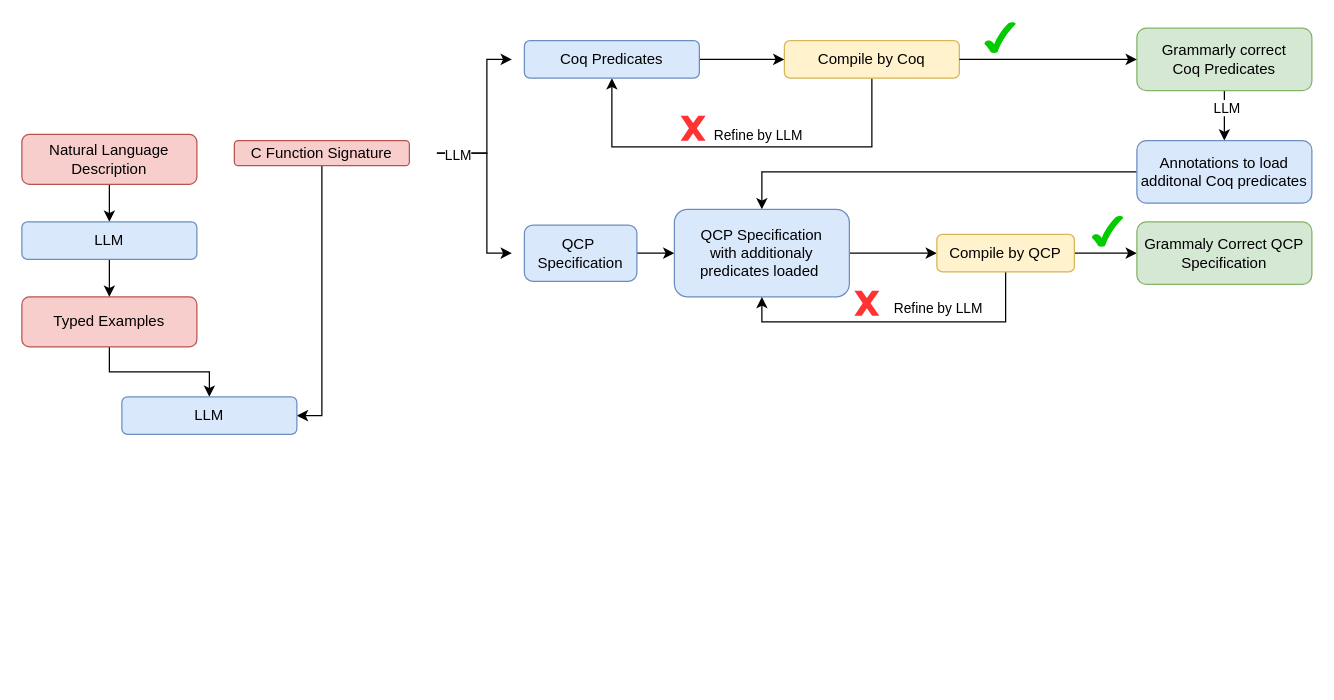
This is llm-spec-refute.drawio from Zhang-Liao/draw-io, a draw.io file, before an edit. Source tidied: cells renumbered, new cells numbered last; positions are measured from the earlier drawing's top-left corner, leaving out a move shared by most shapes. Both pictures are drawn from the tidied source at 125%, with x=0, y=0 at pixel (21, 21).
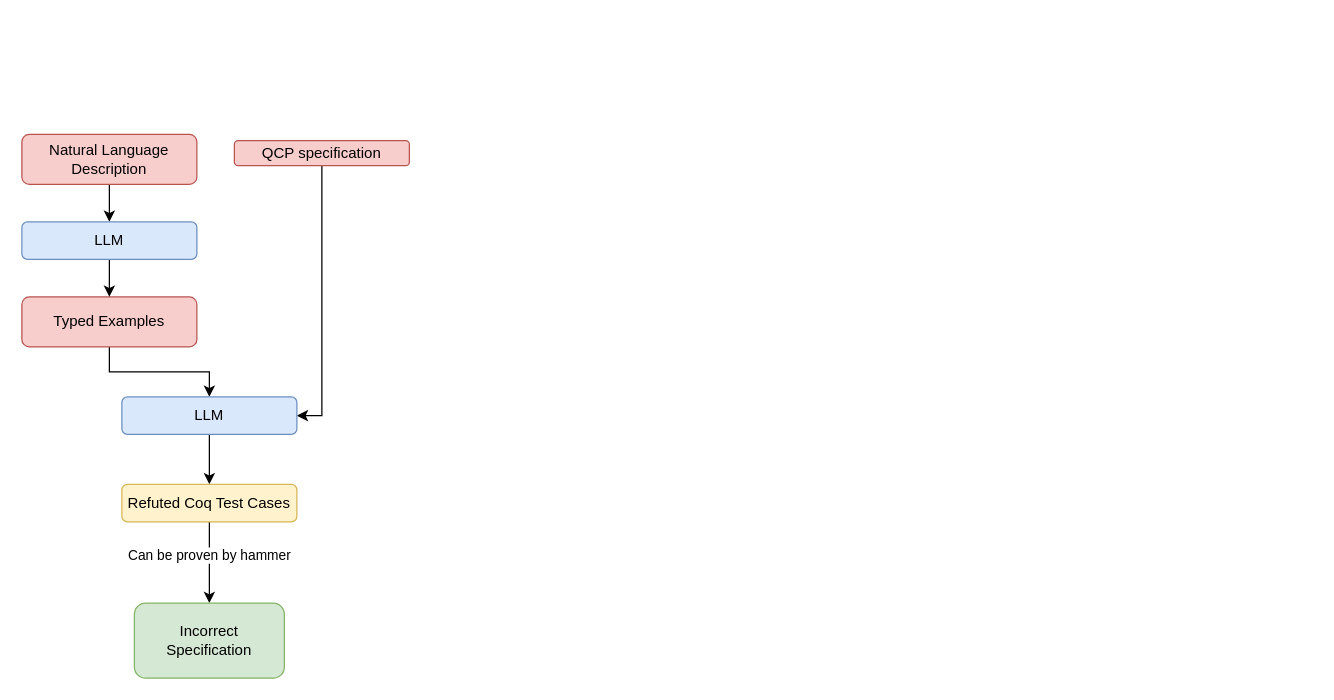
The same diagram, later.

The change refers to these unchanged cells:
```xml
<mxCell id="37" value="LLM" style="rounded=1;whiteSpace=wrap;html=1;fillColor=#dae8fc;strokeColor=#6c8ebf;" parent="1" vertex="1">
  <mxGeometry x="80" y="300" width="140" height="30" as="geometry" />
</mxCell>
```

The edit, as a diff of the source:
```diff
@@
-    <mxCell id="2" style="edgeStyle=orthogonalEdgeStyle;rounded=0;jettySize=auto;html=1;entryX=0.5;entryY=1;entryDx=0;entryDy=0;" parent="1" edge="1" source="4" target="6">
-      <mxGeometry relative="1" as="geometry">
-        <Array as="points">
-          <mxPoint x="680" y="100" />
-          <mxPoint x="472" y="100" />
-        </Array>
-      </mxGeometry>
-    </mxCell>
-    <mxCell id="3" value="Refine by LLM" style="edgeLabel;html=1;align=center;verticalAlign=middle;" parent="2" vertex="1">
-      <mxGeometry x="0.08" relative="1" as="geometry">
-        <mxPoint x="25" y="-10" as="offset" />
-      </mxGeometry>
-    </mxCell>
-    <mxCell id="4" value="Compile&amp;nbsp;&lt;span style=&quot;background-color: transparent; color: light-dark(rgb(0, 0, 0), rgb(255, 255, 255));&quot;&gt;by Coq&lt;/span&gt;" style="rounded=1;whiteSpace=wrap;html=1;fillColor=#fff2cc;strokeColor=#d6b656;" parent="1" vertex="1">
-      <mxGeometry x="610" y="15" width="140" height="30" as="geometry" />
-    </mxCell>
-    <mxCell id="5" style="edgeStyle=orthogonalEdgeStyle;rounded=0;jettySize=auto;html=1;entryX=0;entryY=0.5;entryDx=0;entryDy=0;" parent="1" edge="1" source="6" target="4">
-      <mxGeometry relative="1" as="geometry" />
-    </mxCell>
-    <mxCell id="6" value="Coq Predicates" style="rounded=1;whiteSpace=wrap;html=1;fillColor=#dae8fc;strokeColor=#6c8ebf;" parent="1" vertex="1">
-      <mxGeometry x="402" y="15" width="140" height="30" as="geometry" />
-    </mxCell>
-    <mxCell id="7" style="edgeStyle=orthogonalEdgeStyle;rounded=0;jettySize=auto;html=1;exitX=1;exitY=0.5;exitDx=0;exitDy=0;" parent="1" edge="1" source="8" target="15">
-      <mxGeometry relative="1" as="geometry" />
-    </mxCell>
-    <mxCell id="8" value="QCP&amp;nbsp;&lt;div&gt;Specification&lt;/div&gt;" style="rounded=1;whiteSpace=wrap;html=1;fillColor=#dae8fc;strokeColor=#6c8ebf;" parent="1" vertex="1">
-      <mxGeometry x="402" y="162.5" width="90" height="45" as="geometry" />
-    </mxCell>
-    <mxCell id="9" style="edgeStyle=orthogonalEdgeStyle;rounded=0;jettySize=auto;html=1;entryX=0.5;entryY=0;entryDx=0;entryDy=0;" parent="1" edge="1" source="11" target="13">
-      <mxGeometry relative="1" as="geometry" />
-    </mxCell>
-    <mxCell id="10" value="LLM" style="edgeLabel;html=1;align=center;verticalAlign=middle;" parent="9" vertex="1">
-      <mxGeometry x="-0.28" y="1" relative="1" as="geometry">
-        <mxPoint y="-1" as="offset" />
-      </mxGeometry>
-    </mxCell>
-    <mxCell id="11" value="&lt;div&gt;Grammarly correct&lt;/div&gt;Coq Predicates" style="rounded=1;whiteSpace=wrap;html=1;fillColor=#d5e8d4;strokeColor=#82b366;" parent="1" vertex="1">
-      <mxGeometry x="892" y="5" width="140" height="50" as="geometry" />
-    </mxCell>
-    <mxCell id="12" style="edgeStyle=orthogonalEdgeStyle;rounded=0;jettySize=auto;html=1;entryX=0.5;entryY=0;entryDx=0;entryDy=0;" parent="1" edge="1" source="13" target="15">
-      <mxGeometry relative="1" as="geometry" />
-    </mxCell>
-    <mxCell id="13" value="Annotations to load additonal Coq predicates" style="rounded=1;whiteSpace=wrap;html=1;fillColor=#dae8fc;strokeColor=#6c8ebf;" parent="1" vertex="1">
-      <mxGeometry x="892" y="95" width="140" height="50" as="geometry" />
-    </mxCell>
-    <mxCell id="14" style="edgeStyle=orthogonalEdgeStyle;rounded=0;jettySize=auto;html=1;" parent="1" edge="1" source="15" target="19">
-      <mxGeometry relative="1" as="geometry" />
-    </mxCell>
-    <mxCell id="15" value="QCP Specification&lt;div&gt;with additionaly predicates loaded&amp;nbsp;&lt;/div&gt;" style="rounded=1;whiteSpace=wrap;html=1;fillColor=#dae8fc;strokeColor=#6c8ebf;" parent="1" vertex="1">
-      <mxGeometry x="522" y="150" width="140" height="70" as="geometry" />
-    </mxCell>
-    <mxCell id="16" style="edgeStyle=orthogonalEdgeStyle;rounded=0;jettySize=auto;html=1;exitX=1;exitY=0.5;exitDx=0;exitDy=0;entryX=0;entryY=0.5;entryDx=0;entryDy=0;" parent="1" edge="1" source="19" target="20">
-      <mxGeometry relative="1" as="geometry" />
-    </mxCell>
-    <mxCell id="17" style="edgeStyle=orthogonalEdgeStyle;rounded=0;jettySize=auto;html=1;exitX=0.5;exitY=1;exitDx=0;exitDy=0;entryX=0.5;entryY=1;entryDx=0;entryDy=0;" parent="1" edge="1" source="19" target="15">
-      <mxGeometry relative="1" as="geometry" />
-    </mxCell>
-    <mxCell id="18" value="Refine by LLM" style="edgeLabel;html=1;align=center;verticalAlign=middle;" parent="17" vertex="1">
-      <mxGeometry x="0.1" y="4" relative="1" as="geometry">
-        <mxPoint x="45" y="-16" as="offset" />
-      </mxGeometry>
-    </mxCell>
-    <mxCell id="19" value="Compile&amp;nbsp;&lt;span style=&quot;background-color: transparent; color: light-dark(rgb(0, 0, 0), rgb(255, 255, 255));&quot;&gt;by QCP&lt;/span&gt;" style="rounded=1;whiteSpace=wrap;html=1;fillColor=#fff2cc;strokeColor=#d6b656;" parent="1" vertex="1">
-      <mxGeometry x="732" y="170" width="110" height="30" as="geometry" />
-    </mxCell>
-    <mxCell id="20" value="Grammaly Correct QCP Specification" style="rounded=1;whiteSpace=wrap;html=1;fillColor=#d5e8d4;strokeColor=#82b366;" parent="1" vertex="1">
-      <mxGeometry x="892" y="160" width="140" height="50" as="geometry" />
-    </mxCell>
-    <mxCell id="21" style="edgeStyle=orthogonalEdgeStyle;rounded=0;jettySize=auto;html=1;exitX=1;exitY=0.5;exitDx=0;exitDy=0;entryX=0;entryY=0.5;entryDx=0;entryDy=0;" parent="1" edge="1" source="4" target="11">
-      <mxGeometry relative="1" as="geometry" />
-    </mxCell>
-    <mxCell id="22" style="verticalLabelPosition=bottom;verticalAlign=top;html=1;shape=mxgraph.basic.tick;fillColor=#00CC00;strokeColor=none;" parent="1" vertex="1">
-      <mxGeometry x="770" width="25" height="25" as="geometry" />
-    </mxCell>
-    <mxCell id="23" style="verticalLabelPosition=bottom;verticalAlign=top;html=1;shape=mxgraph.basic.x;fillColor=#FF3333;strokeColor=none;" parent="1" vertex="1">
-      <mxGeometry x="527" y="75" width="20" height="20" as="geometry" />
-    </mxCell>
-    <mxCell id="24" style="verticalLabelPosition=bottom;verticalAlign=top;html=1;shape=mxgraph.basic.tick;fillColor=#00CC00;strokeColor=none;" parent="1" vertex="1">
-      <mxGeometry x="856" y="155" width="25" height="25" as="geometry" />
-    </mxCell>
-    <mxCell id="25" style="edgeStyle=orthogonalEdgeStyle;rounded=0;orthogonalLoop=1;jettySize=auto;html=1;entryX=0;entryY=0.5;entryDx=0;entryDy=0;" parent="1" edge="1">
-      <mxGeometry relative="1" as="geometry">
-        <mxPoint x="332" y="105" as="sourcePoint" />
-        <mxPoint x="392" y="30" as="targetPoint" />
-        <Array as="points">
-          <mxPoint x="372" y="105" />
-          <mxPoint x="372" y="30" />
-        </Array>
-      </mxGeometry>
-    </mxCell>
-    <mxCell id="26" style="edgeStyle=orthogonalEdgeStyle;rounded=0;orthogonalLoop=1;jettySize=auto;html=1;entryX=0;entryY=0.5;entryDx=0;entryDy=0;" parent="1" edge="1">
-      <mxGeometry relative="1" as="geometry">
-        <mxPoint x="332" y="105" as="sourcePoint" />
-        <mxPoint x="392" y="185" as="targetPoint" />
-        <Array as="points">
-          <mxPoint x="372" y="105" />
-          <mxPoint x="372" y="185" />
-        </Array>
-      </mxGeometry>
-    </mxCell>
-    <mxCell id="27" value="LLM" style="edgeLabel;html=1;align=center;verticalAlign=middle;" parent="26" vertex="1">
-      <mxGeometry x="-0.83" y="-1" relative="1" as="geometry">
-        <mxPoint x="4" as="offset" />
-      </mxGeometry>
-    </mxCell>
-    <mxCell id="28" style="verticalLabelPosition=bottom;verticalAlign=top;html=1;shape=mxgraph.basic.x;fillColor=#FF3333;strokeColor=none;" parent="1" vertex="1">
-      <mxGeometry x="666" y="215" width="20" height="20" as="geometry" />
-    </mxCell>
@@
-    <mxCell id="30" value="C Function Signature" style="rounded=1;whiteSpace=wrap;html=1;fillColor=#f8cecc;strokeColor=#b85450;" parent="1" vertex="1">
+    <mxCell id="30" value="QCP specification" style="rounded=1;whiteSpace=wrap;html=1;fillColor=#f8cecc;strokeColor=#b85450;" parent="1" vertex="1">
       <mxGeometry x="170" y="95" width="140" height="20" as="geometry" />
     </mxCell>
@@
+    <mxCell id="38" style="edgeStyle=orthogonalEdgeStyle;rounded=0;jettySize=auto;html=1;entryX=0.5;entryY=0;entryDx=0;entryDy=0;" parent="1" edge="1" source="37" target="41">
+      <mxGeometry relative="1" as="geometry" />
+    </mxCell>
@@
+    <mxCell id="39" style="edgeStyle=orthogonalEdgeStyle;rounded=0;jettySize=auto;html=1;" parent="1" edge="1" source="41" target="42">
+      <mxGeometry relative="1" as="geometry" />
+    </mxCell>
+    <mxCell id="40" value="Can be proven by hammer" style="edgeLabel;html=1;align=center;verticalAlign=middle;" parent="39" vertex="1">
+      <mxGeometry x="-0.2" y="-1" relative="1" as="geometry" />
+    </mxCell>
+    <mxCell id="41" value="Refuted Coq Test Cases" style="rounded=1;whiteSpace=wrap;html=1;fillColor=#fff2cc;strokeColor=#d6b656;" parent="1" vertex="1">
+      <mxGeometry x="80" y="370" width="140" height="30" as="geometry" />
+    </mxCell>
+    <mxCell id="42" value="Incorrect Specification" style="whiteSpace=wrap;html=1;fillColor=#d5e8d4;strokeColor=#82b366;rounded=1;" parent="1" vertex="1">
+      <mxGeometry x="90" y="465" width="120" height="60" as="geometry" />
+    </mxCell>
```
